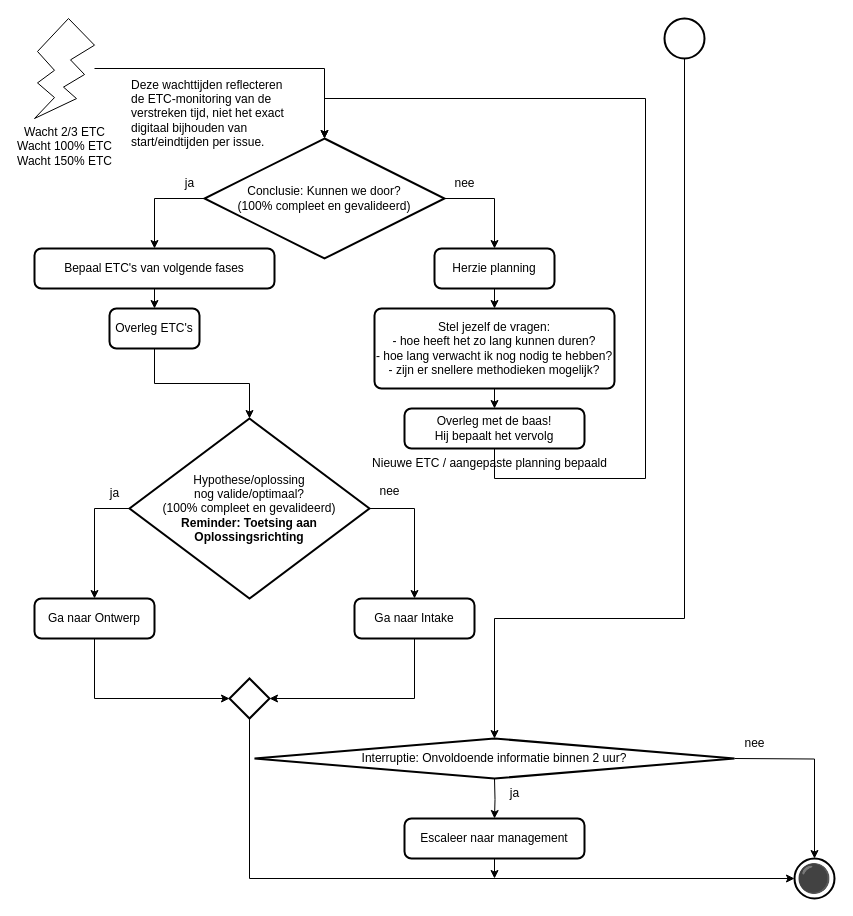
Earlier version of the draw.io diagram 2 Issue Tracker analyse.drawio (Zaibatsu89/IssueTracker). Source tidied: cells renumbered, new cells numbered last; positions are measured from the earlier drawing's top-left corner, leaving out a move shared by most shapes. Both pictures are drawn from the tidied source at 100%, with x=0, y=0 at pixel (34, 18).
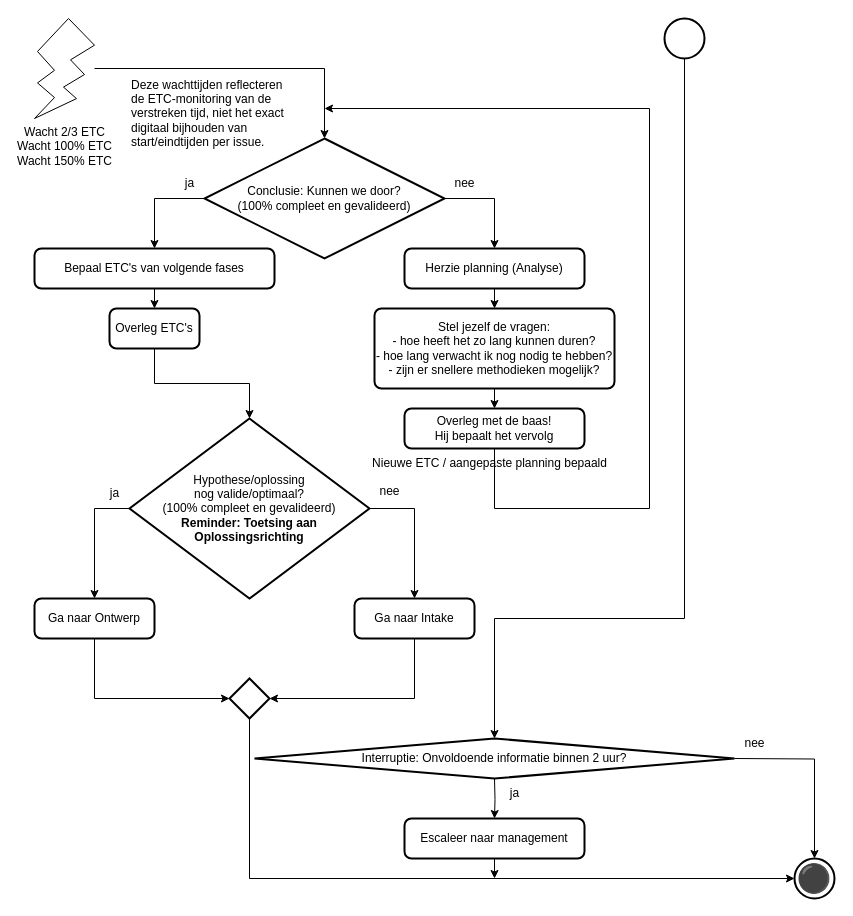
Above is the later version.

Commit message (it also covers changes not shown here):
één iteratie per checklist in analyse van flowchart

Unchanged cells that the change refers to:
```xml
<mxCell id="5" value="Conclusie: Kunnen we door?&lt;br&gt;(100% compleet en gevalideerd)" style="strokeWidth=2;html=1;shape=mxgraph.flowchart.decision;whiteSpace=wrap;" parent="1" vertex="1">
  <mxGeometry x="170" y="120" width="240" height="120" as="geometry" />
</mxCell>
<mxCell id="35" value="Overleg met de baas!&lt;br&gt;Hij bepaalt het vervolg" style="rounded=1;whiteSpace=wrap;html=1;absoluteArcSize=1;arcSize=14;strokeWidth=2;" parent="1" vertex="1">
  <mxGeometry x="370" y="390" width="180" height="40" as="geometry" />
</mxCell>
```

Diff of the diagram source:
```diff
@@
-    <mxCell id="32" value="Herzie planning" style="rounded=1;whiteSpace=wrap;html=1;absoluteArcSize=1;arcSize=14;strokeWidth=2;" parent="1" vertex="1">
-      <mxGeometry x="400" y="230" width="120" height="40" as="geometry" />
+    <mxCell id="32" value="Herzie planning (Analyse)" style="rounded=1;whiteSpace=wrap;html=1;absoluteArcSize=1;arcSize=14;strokeWidth=2;" parent="1" vertex="1">
+      <mxGeometry x="370" y="230" width="180" height="40" as="geometry" />
     </mxCell>
@@
-    <mxCell id="41" style="edgeStyle=orthogonalEdgeStyle;rounded=0;jettySize=auto;html=1;exitX=0.5;exitY=1;exitDx=0;exitDy=0;entryX=0.5;entryY=0;entryDx=0;entryDy=0;entryPerimeter=0;" parent="1" edge="1" source="35" target="5">
+    <mxCell id="41" style="edgeStyle=orthogonalEdgeStyle;rounded=0;orthogonalLoop=1;jettySize=auto;html=1;exitX=0.5;exitY=1;exitDx=0;exitDy=0;" parent="1" edge="1">
       <mxGeometry relative="1" as="geometry">
+        <mxPoint x="460" y="430" as="sourcePoint" />
+        <mxPoint x="290" y="90" as="targetPoint" />
         <Array as="points">
-          <mxPoint x="460" y="460" />
-          <mxPoint x="611" y="460" />
-          <mxPoint x="611" y="80" />
+          <mxPoint x="460" y="490" />
+          <mxPoint x="615" y="490" />
+          <mxPoint x="615" y="90" />
         </Array>
       </mxGeometry>
     </mxCell>
```
